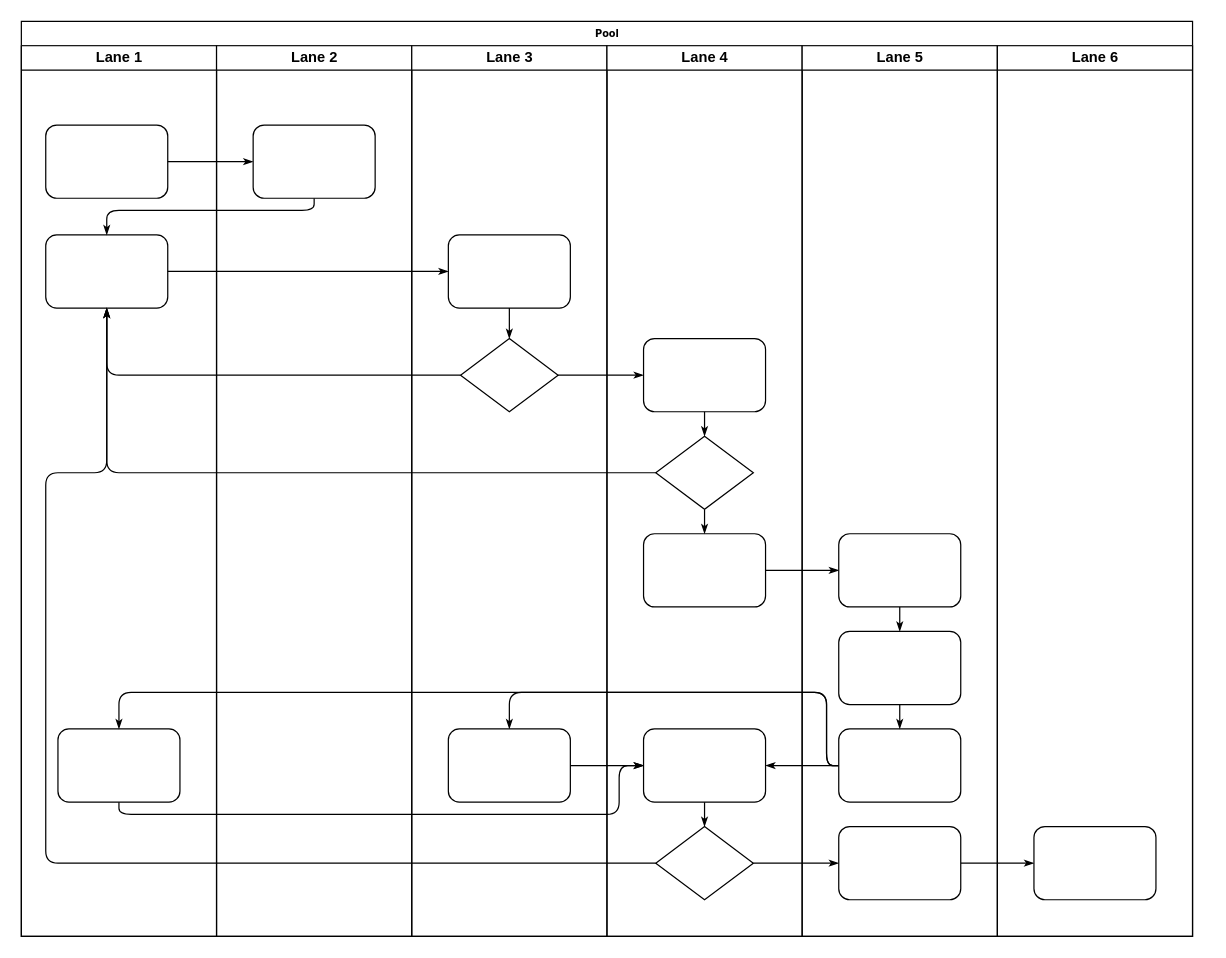
AudyVoss/LivroJogo keeps this draw.io diagram as Cidadela_do_Caos.drawio. Above is the earlier version. Source tidied: cells renumbered, new cells numbered last; positions are measured from the earlier drawing's top-left corner, leaving out a move shared by most shapes. Both pictures are drawn from the tidied source at 122%, with x=0, y=0 at pixel (21, 21).
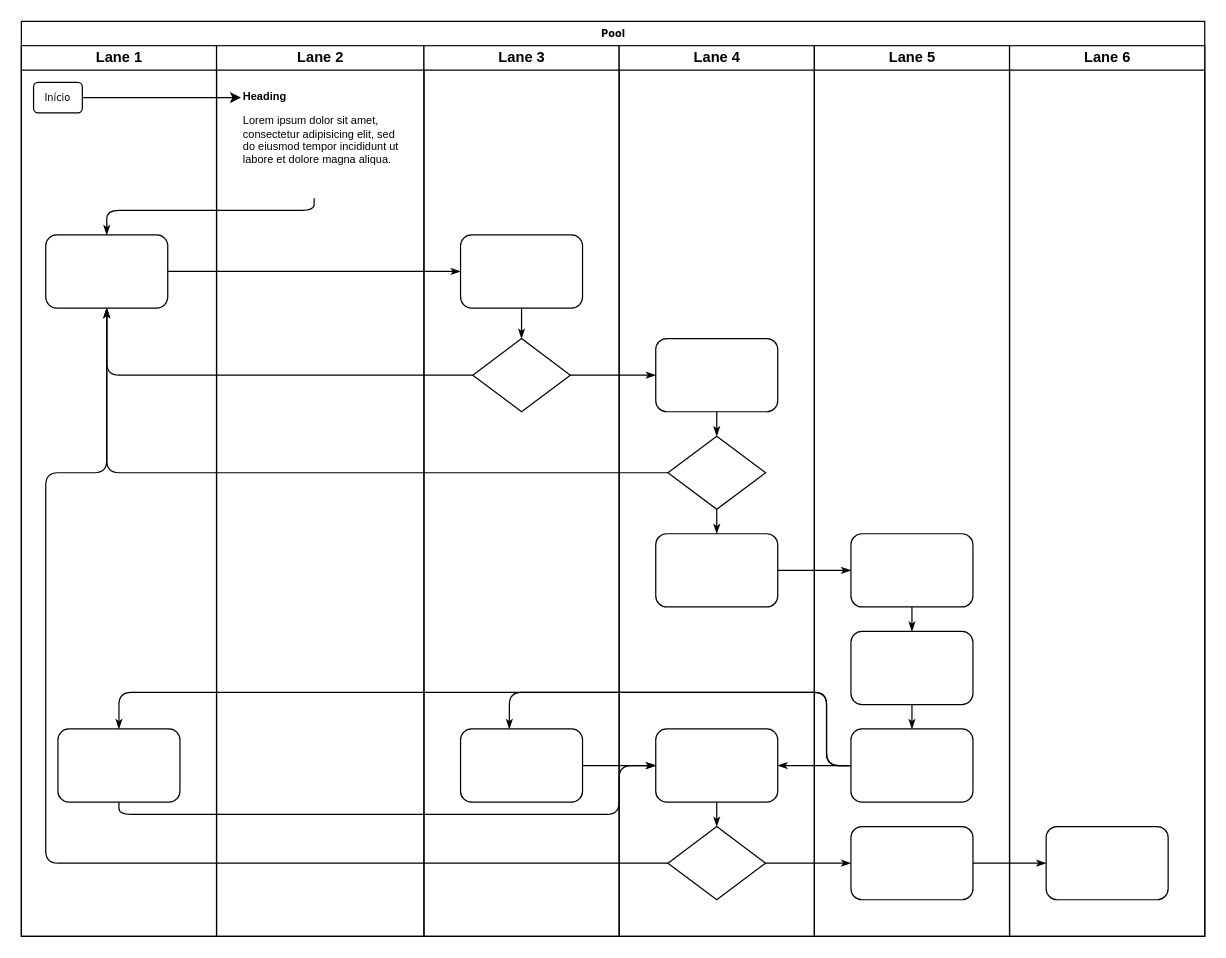
The same diagram, later.

The change refers to these unchanged cells:
```xml
<mxCell id="3" value="Lane 1" style="swimlane;html=1;startSize=20;" parent="2" vertex="1">
  <mxGeometry y="20" width="160" height="730" as="geometry" />
</mxCell>
<mxCell id="5" style="rounded=1;whiteSpace=wrap;html=1;shadow=0;labelBackgroundColor=none;strokeWidth=1;fontFamily=Verdana;fontSize=8;align=center;" parent="3" vertex="1">
  <mxGeometry x="20" y="155" width="100" height="60" as="geometry" />
</mxCell>
```

The edit, as a diff of the source:
```diff
@@
     <mxCell id="2" value="Pool" style="swimlane;html=1;startSize=20;rounded=0;shadow=0;labelBackgroundColor=none;strokeWidth=1;fontFamily=Verdana;fontSize=8;align=center;" parent="1" vertex="1">
-      <mxGeometry width="960" height="750" as="geometry" />
+      <mxGeometry width="970" height="750" as="geometry" />
     </mxCell>
@@
-    <mxCell id="4" style="rounded=1;whiteSpace=wrap;html=1;shadow=0;labelBackgroundColor=none;strokeWidth=1;fontFamily=Verdana;fontSize=8;align=center;" parent="3" vertex="1">
-      <mxGeometry x="20" y="65" width="100" height="60" as="geometry" />
+    <mxCell id="4" value="Início" style="rounded=1;whiteSpace=wrap;html=1;shadow=0;labelBackgroundColor=none;strokeWidth=1;fontFamily=Verdana;fontSize=8;align=center;" parent="3" vertex="1">
+      <mxGeometry x="10" y="30" width="40" height="25" as="geometry" />
     </mxCell>
@@
-    <mxCell id="7" style="edgeStyle=orthogonalEdgeStyle;rounded=1;html=1;labelBackgroundColor=none;startArrow=none;startFill=0;startSize=5;endArrow=classicThin;endFill=1;endSize=5;jettySize=auto;strokeWidth=1;fontFamily=Verdana;fontSize=8;" parent="2" edge="1" source="4" target="23">
-      <mxGeometry relative="1" as="geometry" />
-    </mxCell>
-    <mxCell id="8" style="edgeStyle=orthogonalEdgeStyle;rounded=1;html=1;labelBackgroundColor=none;startArrow=none;startFill=0;startSize=5;endArrow=classicThin;endFill=1;endSize=5;jettySize=auto;strokeWidth=1;fontFamily=Verdana;fontSize=8;" parent="2" edge="1" source="23" target="5">
+    <mxCell id="8" style="edgeStyle=orthogonalEdgeStyle;rounded=1;html=1;labelBackgroundColor=none;startArrow=none;startFill=0;startSize=5;endArrow=classicThin;endFill=1;endSize=5;jettySize=auto;strokeWidth=1;fontFamily=Verdana;fontSize=8;" parent="2" edge="1" target="5">
       <mxGeometry relative="1" as="geometry">
+        <mxPoint x="240" y="145" as="sourcePoint" />
         <Array as="points">
           <mxPoint x="240" y="155" />
           <mxPoint x="70" y="155" />
         </Array>
       </mxGeometry>
     </mxCell>
@@
     <mxCell id="22" value="Lane 2" style="swimlane;html=1;startSize=20;" parent="2" vertex="1">
-      <mxGeometry x="160" y="20" width="160" height="730" as="geometry" />
+      <mxGeometry x="160" y="20" width="170" height="730" as="geometry" />
     </mxCell>
-    <mxCell id="23" style="rounded=1;whiteSpace=wrap;html=1;shadow=0;labelBackgroundColor=none;strokeWidth=1;fontFamily=Verdana;fontSize=8;align=center;" parent="22" vertex="1">
-      <mxGeometry x="30" y="65" width="100" height="60" as="geometry" />
-    </mxCell>
+    <mxCell id="47" value="&lt;h1 style=&quot;margin-top: 0px; font-size: 9px;&quot;&gt;Heading&lt;/h1&gt;&lt;p style=&quot;font-size: 9px;&quot;&gt;Lorem ipsum dolor sit amet, consectetur adipisicing elit, sed do eiusmod tempor incididunt ut labore et dolore magna aliqua.&lt;/p&gt;" style="text;html=1;whiteSpace=wrap;overflow=hidden;rounded=0;fontSize=9;" parent="22" vertex="1">
+      <mxGeometry x="20" y="30" width="130" height="70" as="geometry" />
+    </mxCell>
     <mxCell id="24" value="Lane 3" style="swimlane;html=1;startSize=20;" parent="2" vertex="1">
-      <mxGeometry x="320" y="20" width="160" height="730" as="geometry" />
+      <mxGeometry x="330" y="20" width="160" height="730" as="geometry" />
     </mxCell>
@@
     <mxCell id="29" value="Lane 4" style="swimlane;html=1;startSize=20;" parent="2" vertex="1">
-      <mxGeometry x="480" y="20" width="160" height="730" as="geometry" />
+      <mxGeometry x="490" y="20" width="160" height="730" as="geometry" />
     </mxCell>
@@
     <mxCell id="38" value="Lane 5" style="swimlane;html=1;startSize=20;" parent="2" vertex="1">
-      <mxGeometry x="640" y="20" width="160" height="730" as="geometry" />
+      <mxGeometry x="650" y="20" width="160" height="730" as="geometry" />
     </mxCell>
@@
     <mxCell id="45" value="Lane 6" style="swimlane;html=1;startSize=20;" parent="2" vertex="1">
-      <mxGeometry x="800" y="20" width="160" height="730" as="geometry" />
+      <mxGeometry x="810" y="20" width="160" height="730" as="geometry" />
     </mxCell>
@@
+    <mxCell id="48" style="edgeStyle=orthogonalEdgeStyle;rounded=0;jettySize=auto;html=1;" parent="2" edge="1" source="4" target="47">
+      <mxGeometry relative="1" as="geometry">
+        <Array as="points">
+          <mxPoint x="170" y="63" />
+          <mxPoint x="170" y="63" />
+        </Array>
+      </mxGeometry>
+    </mxCell>
```
